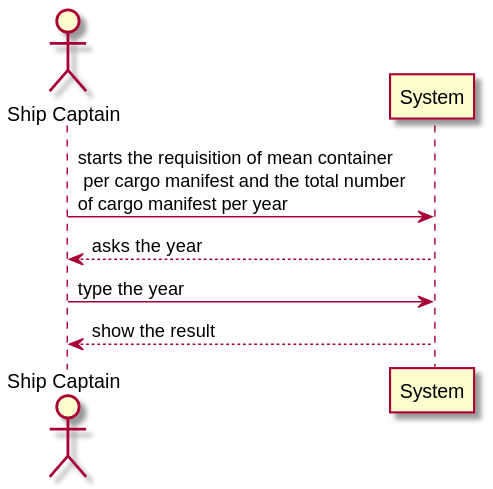
0franciscor/lapr3-2021-g042 keeps this PlantUML diagram as docs/US207/US207_SSD.svg. Above is the earlier version. Source of this version:
```plantuml
@startuml
actor "Ship Captain" as SC
participant "System" as SY

SC -> SY : starts the requisition of mean container \n per cargo manifest and the total number \nof cargo manifest per year
SY --> SC : asks the year
SC -> SY : type the year
SY --> SC : show the result

@enduml
```
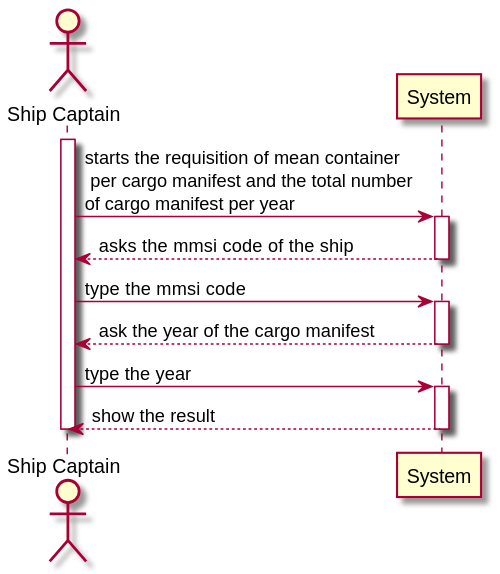
The same file after the commit.

Diff of the diagram source:
```diff
@@ -2,9 +2,18 @@
 actor "Ship Captain" as SC
 participant "System" as SY
 
+activate SC
 SC -> SY : starts the requisition of mean container \n per cargo manifest and the total number \nof cargo manifest per year
-SY --> SC : asks the year
-SC -> SY : type the year
-SY --> SC : show the result
-
+activate SY
+SY --> SC : asks the mmsi code of the ship
+deactivate SY
+SC -> SY : type the mmsi code
+activate SY
+SY --> SC : ask the year of the cargo manifest
+deactivate SY
+SC->SY : type the year
+activate SY
+SY-->SC : show the result
+deactivate SY
+deactivate SC
 @enduml
```
